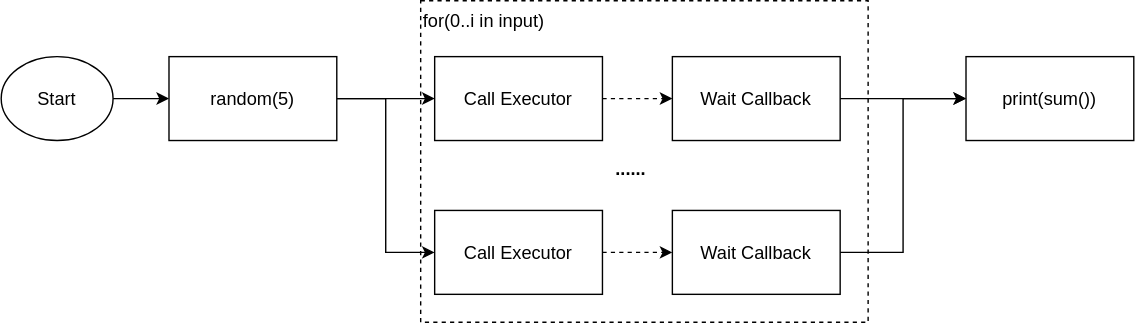
This is docs/getting-started/assets/parallel.svg from rill-flow/rill-flow.github.io, a draw.io export, as it was before one commit. Source tidied: cells renumbered, new cells last; positions are measured from the earlier drawing's top-left corner, leaving out a move shared by most shapes.
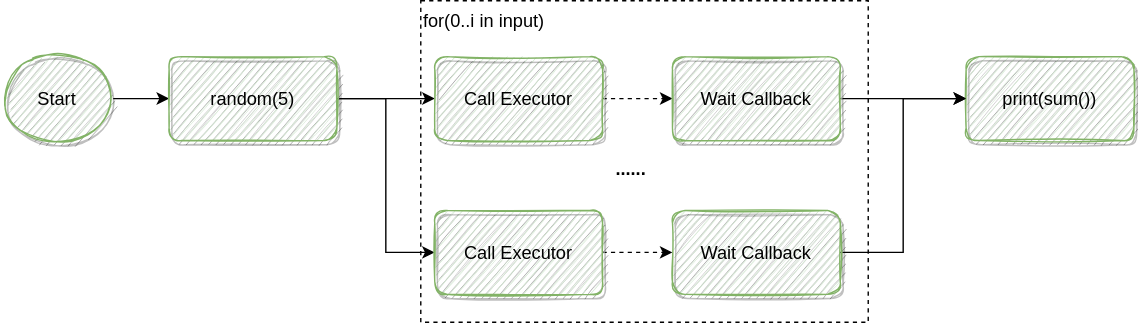
After the change.

The edit, as a diff of the source:
```diff
@@ -8,7 +8,7 @@
     <mxCell id="3" style="edgeStyle=orthogonalEdgeStyle;rounded=0;jettySize=auto;html=1;exitX=1;exitY=0.5;exitDx=0;exitDy=0;fontSize=13;" parent="1" edge="1" source="4" target="7">
       <mxGeometry relative="1" as="geometry" />
     </mxCell>
-    <mxCell id="4" value="Start" style="ellipse;whiteSpace=wrap;html=1;fontSize=13;" parent="1" vertex="1">
+    <mxCell id="4" value="Start" style="ellipse;whiteSpace=wrap;html=1;fontSize=13;shadow=1;sketch=1;fillColor=#d5e8d4;strokeColor=#82b366;" parent="1" vertex="1">
       <mxGeometry y="40" width="80" height="60" as="geometry" />
     </mxCell>
     <mxCell id="5" style="edgeStyle=orthogonalEdgeStyle;rounded=0;jettySize=auto;html=1;exitX=1;exitY=0.5;exitDx=0;exitDy=0;fontSize=13;" parent="1" edge="1" source="7" target="9">
@@ -17,7 +17,7 @@
     <mxCell id="6" style="edgeStyle=orthogonalEdgeStyle;rounded=0;jettySize=auto;html=1;exitX=1;exitY=0.5;exitDx=0;exitDy=0;entryX=0;entryY=0.5;entryDx=0;entryDy=0;fontSize=13;" parent="1" edge="1" source="7" target="14">
       <mxGeometry relative="1" as="geometry" />
     </mxCell>
-    <mxCell id="7" value="random(5)" style="rounded=0;whiteSpace=wrap;html=1;fontSize=13;" parent="1" vertex="1">
+    <mxCell id="7" value="random(5)" style="rounded=1;whiteSpace=wrap;html=1;fontSize=13;fillColor=#d5e8d4;strokeColor=#82b366;shadow=1;sketch=1;" parent="1" vertex="1">
       <mxGeometry x="120" y="40" width="120" height="60" as="geometry" />
     </mxCell>
     <mxCell id="8" style="edgeStyle=orthogonalEdgeStyle;rounded=0;jettySize=auto;html=1;exitX=1;exitY=0.5;exitDx=0;exitDy=0;entryX=0;entryY=0.5;entryDx=0;entryDy=0;fontSize=13;dashed=1;" parent="1" edge="1" source="9">
@@ -25,16 +25,16 @@
         <mxPoint x="480" y="70" as="targetPoint" />
       </mxGeometry>
     </mxCell>
-    <mxCell id="9" value="Call Executor" style="rounded=0;whiteSpace=wrap;html=1;fontSize=13;" parent="1" vertex="1">
+    <mxCell id="9" value="Call Executor" style="rounded=1;whiteSpace=wrap;html=1;fontSize=13;fillColor=#d5e8d4;strokeColor=#82b366;shadow=1;sketch=1;" parent="1" vertex="1">
       <mxGeometry x="310" y="40" width="120" height="60" as="geometry" />
     </mxCell>
     <mxCell id="10" style="edgeStyle=orthogonalEdgeStyle;rounded=0;jettySize=auto;html=1;exitX=1;exitY=0.5;exitDx=0;exitDy=0;entryX=0;entryY=0.5;entryDx=0;entryDy=0;fontSize=13;" parent="1" edge="1" source="11" target="12">
       <mxGeometry relative="1" as="geometry" />
     </mxCell>
-    <mxCell id="11" value="Wait Callback" style="rounded=0;whiteSpace=wrap;html=1;fontSize=13;" parent="1" vertex="1">
+    <mxCell id="11" value="Wait Callback" style="rounded=1;whiteSpace=wrap;html=1;fontSize=13;fillColor=#d5e8d4;strokeColor=#82b366;shadow=1;sketch=1;" parent="1" vertex="1">
       <mxGeometry x="480" y="40" width="120" height="60" as="geometry" />
     </mxCell>
-    <mxCell id="12" value="print(sum())" style="rounded=0;whiteSpace=wrap;html=1;fontSize=13;" parent="1" vertex="1">
+    <mxCell id="12" value="print(sum())" style="rounded=1;whiteSpace=wrap;html=1;fontSize=13;fillColor=#d5e8d4;strokeColor=#82b366;shadow=1;sketch=1;" parent="1" vertex="1">
       <mxGeometry x="690" y="40" width="120" height="60" as="geometry" />
     </mxCell>
     <mxCell id="13" style="edgeStyle=orthogonalEdgeStyle;rounded=0;jettySize=auto;html=1;exitX=1;exitY=0.5;exitDx=0;exitDy=0;entryX=0;entryY=0.5;entryDx=0;entryDy=0;fontSize=13;dashed=1;" parent="1" edge="1" source="14">
@@ -42,13 +42,13 @@
         <mxPoint x="480" y="180" as="targetPoint" />
       </mxGeometry>
     </mxCell>
-    <mxCell id="14" value="Call Executor" style="rounded=0;whiteSpace=wrap;html=1;fontSize=13;" parent="1" vertex="1">
+    <mxCell id="14" value="Call Executor" style="rounded=1;whiteSpace=wrap;html=1;fontSize=13;fillColor=#d5e8d4;strokeColor=#82b366;shadow=1;sketch=1;" parent="1" vertex="1">
       <mxGeometry x="310" y="150" width="120" height="60" as="geometry" />
     </mxCell>
     <mxCell id="15" style="edgeStyle=orthogonalEdgeStyle;rounded=0;jettySize=auto;html=1;exitX=1;exitY=0.5;exitDx=0;exitDy=0;entryX=0;entryY=0.5;entryDx=0;entryDy=0;fontSize=13;" parent="1" edge="1" source="16" target="12">
       <mxGeometry relative="1" as="geometry" />
     </mxCell>
-    <mxCell id="16" value="Wait Callback" style="rounded=0;whiteSpace=wrap;html=1;fontSize=13;" parent="1" vertex="1">
+    <mxCell id="16" value="Wait Callback" style="rounded=1;whiteSpace=wrap;html=1;fontSize=13;fillColor=#d5e8d4;strokeColor=#82b366;shadow=1;sketch=1;" parent="1" vertex="1">
       <mxGeometry x="480" y="150" width="120" height="60" as="geometry" />
     </mxCell>
     <mxCell id="17" value="......" style="text;html=1;align=center;verticalAlign=middle;strokeColor=none;fillColor=none;fontSize=13;fontStyle=1;" parent="1" vertex="1">
```
